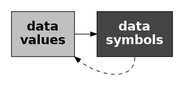
The Graphviz diagram Diagrams/data-sym-decode.png in pmur002/hdvw, before a commit. Its source is kept beside it as Diagrams/data-sym-decode.dot.
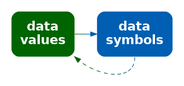
Later version of the same file.

The edit, as a diff of the source:
```diff
@@ -1,9 +1,9 @@
 digraph {
   graph [ rankdir=LR; margin=.2; nodesep=.5 ];
   node [ fontsize=20; fontname="sans bold"; margin=.2 ];
-  data [ label="data\nvalues"; shape=box; style=filled; fillcolor=gray ]
+  data [ label="data\nvalues"; shape=box; style="filled, rounded"; penwidth=0; fontcolor=white; fillcolor="#006400" ]
   sym [ label="data\nsymbols"; shape=box;
-        style=filled; fillcolor="#444444"; fontcolor=white ]
-  data -> sym
-  sym:s -> data:se [ style="dashed" ]
+     style="filled, rounded"; penwidth=0; fontcolor=white; fillcolor="#005FB2" ]
+  data -> sym [ color="#006400;0.1:#006314;0.1:#006328;0.1:#00623B;0.1:#00624F;0.1:#006163;0.1:#006177;0.1:#00608A;0.1:#00609E;0.1:#005FB2;0.1" ]
+  sym:s -> data:se [ style="dashed", color="#005FB2;0.1:#00609E;0.1:#00608A;0.1:#006177;0.1:#006163;0.1:#00624F;0.1:#00623B;0.1:#006328;0.1:#006314;0.1:#006400;0.1" ]
 }
```
